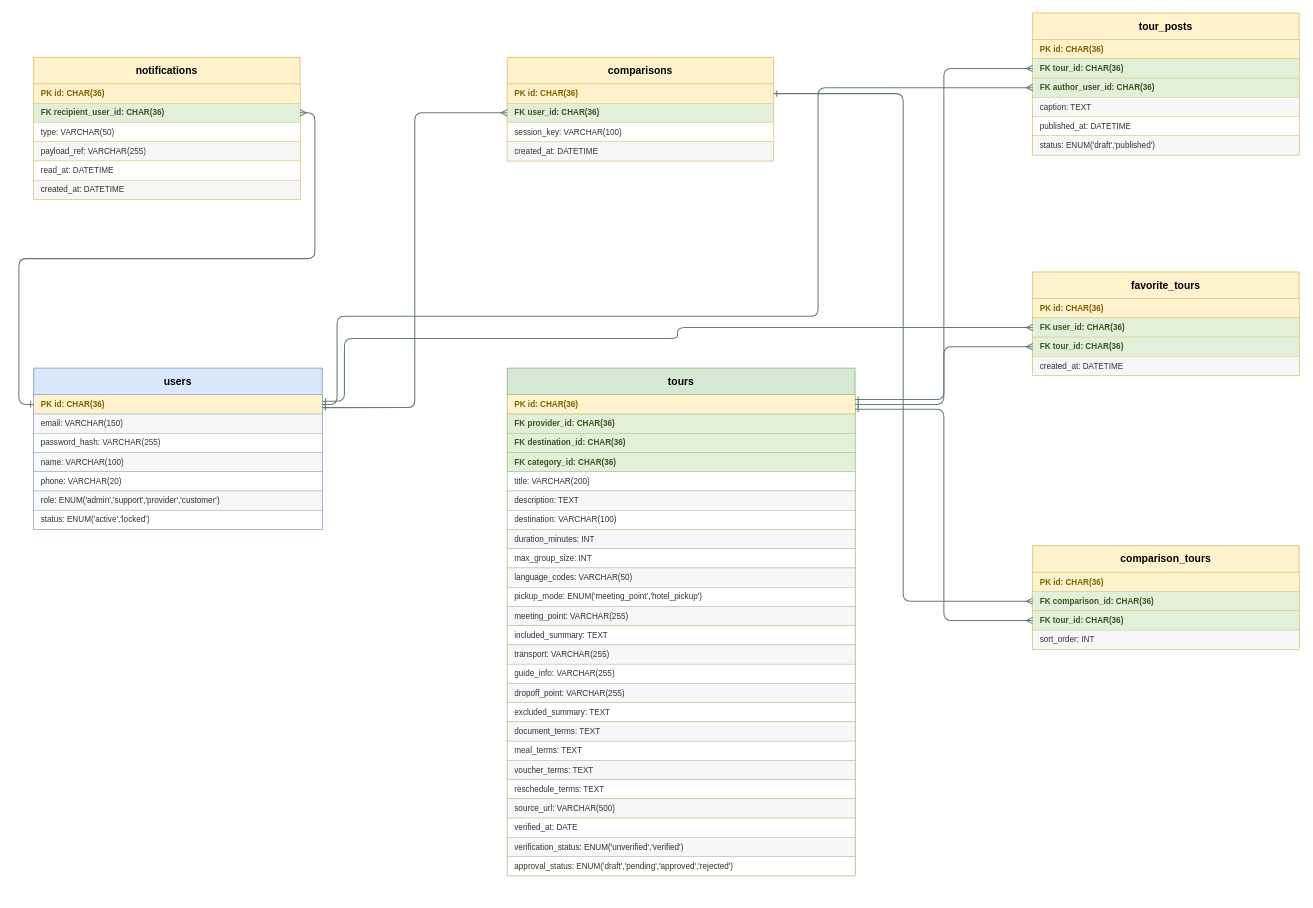
Earlier version of the draw.io diagram page "04 Engagement & Comparison" (4 of 6) of docs/diagram/localtour-erd.drawio (kannar04/LocalTour_Project). Source tidied: cells renumbered, new cells numbered last; positions are measured from the earlier drawing's top-left corner, leaving out a move shared by most shapes. Both pictures are drawn from the tidied source at 74%, with x=0, y=0 at pixel (33, 13).
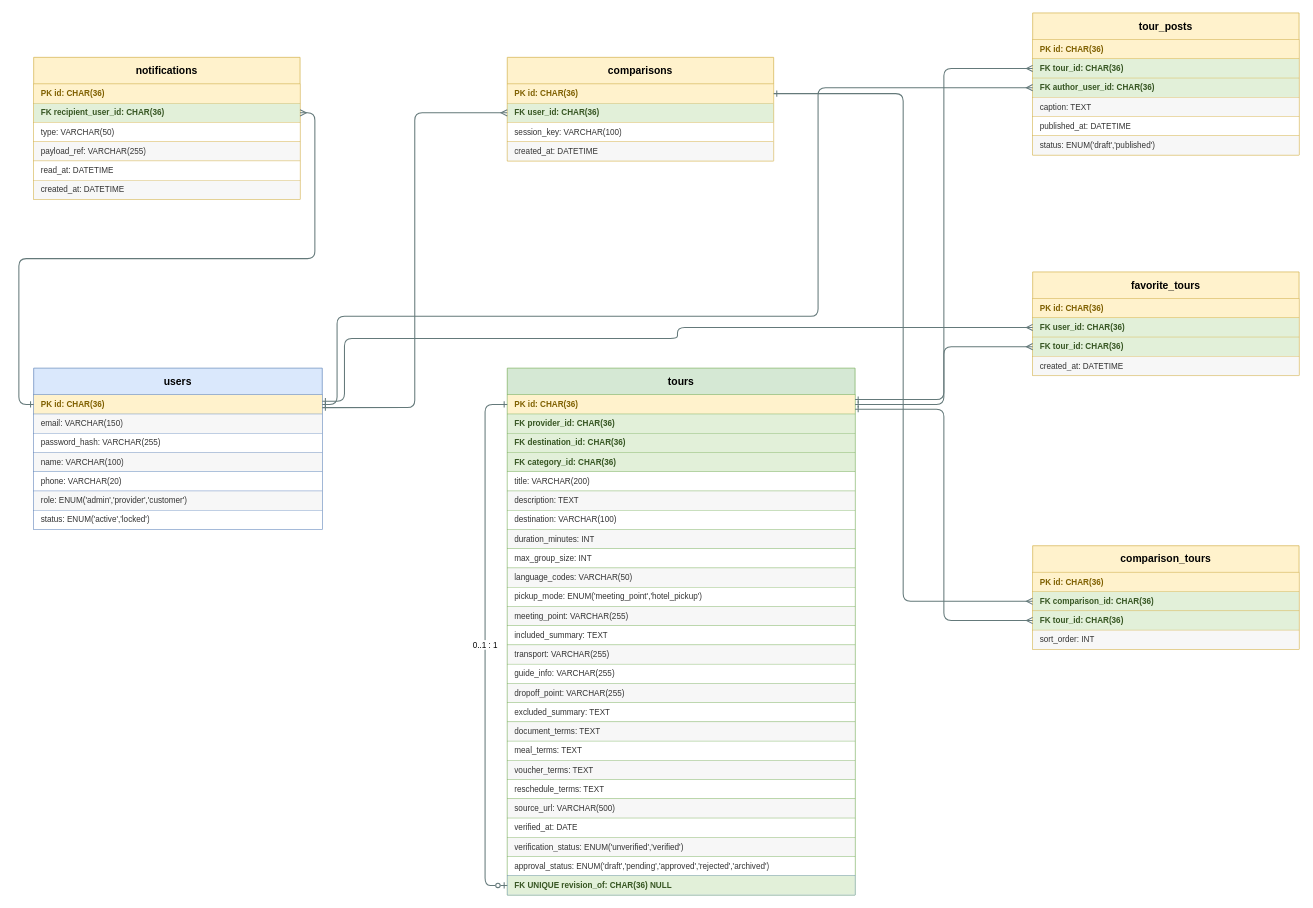
The same page after the edit.

The change refers to these unchanged cells:
```xml
<mxCell id="31" value="users" style="swimlane;startSize=36;horizontal=1;rounded=0;html=1;whiteSpace=wrap;fontStyle=1;fontSize=14;align=center;verticalAlign=middle;fillColor=#dae8fc;strokeColor=#6c8ebf;swimlaneFillColor=#ffffff;" parent="1" vertex="1">
  <mxGeometry y="480" width="390" height="218" as="geometry" />
</mxCell>
<mxCell id="40" value="PK id: CHAR(36)" style="text;html=1;align=left;verticalAlign=middle;spacingLeft=8;whiteSpace=wrap;overflow=hidden;fillColor=#fff2cc;strokeColor=#82b366;strokeWidth=0.5;fontSize=11;fontStyle=1;fontColor=#7f6000;" parent="39" vertex="1">
  <mxGeometry y="36" width="470" height="26" as="geometry" />
</mxCell>
```

Change to the diagram source:
```diff
@@
-    <mxCell id="37" value="role: ENUM('admin','support','provider','customer')" style="text;html=1;align=left;verticalAlign=middle;spacingLeft=8;whiteSpace=wrap;overflow=hidden;fillColor=#f7f7f7;strokeColor=#6c8ebf;strokeWidth=0.5;fontSize=11;fontStyle=0;fontColor=#333333;" parent="31" vertex="1">
+    <mxCell id="37" value="role: ENUM('admin','provider','customer')" style="text;html=1;align=left;verticalAlign=middle;spacingLeft=8;whiteSpace=wrap;overflow=hidden;fillColor=#f7f7f7;strokeColor=#6c8ebf;strokeWidth=0.5;fontSize=11;fontStyle=0;fontColor=#333333;" parent="31" vertex="1">
       <mxGeometry y="166" width="390" height="26" as="geometry" />
     </mxCell>
@@
     <mxCell id="39" value="tours" style="swimlane;startSize=36;horizontal=1;rounded=0;html=1;whiteSpace=wrap;fontStyle=1;fontSize=14;align=center;verticalAlign=middle;fillColor=#d5e8d4;strokeColor=#82b366;swimlaneFillColor=#ffffff;" parent="1" vertex="1">
-      <mxGeometry x="640" y="480" width="470" height="686" as="geometry" />
+      <mxGeometry x="640" y="480" width="470" height="712" as="geometry" />
     </mxCell>
@@
-    <mxCell id="64" value="approval_status: ENUM('draft','pending','approved','rejected')" style="text;html=1;align=left;verticalAlign=middle;spacingLeft=8;whiteSpace=wrap;overflow=hidden;fillColor=#ffffff;strokeColor=#82b366;strokeWidth=0.5;fontSize=11;fontStyle=0;fontColor=#333333;" parent="39" vertex="1">
+    <mxCell id="64" value="approval_status: ENUM('draft','pending','approved','rejected','archived')" style="text;html=1;align=left;verticalAlign=middle;spacingLeft=8;whiteSpace=wrap;overflow=hidden;fillColor=#ffffff;strokeColor=#82b366;strokeWidth=0.5;fontSize=11;fontStyle=0;fontColor=#333333;" parent="39" vertex="1">
       <mxGeometry y="660" width="470" height="26" as="geometry" />
     </mxCell>
@@
+    <mxCell id="73" value="FK UNIQUE revision_of: CHAR(36) NULL" style="text;html=1;align=left;verticalAlign=middle;spacingLeft=8;whiteSpace=wrap;overflow=hidden;fillColor=#ffffff;strokeColor=#6c8ebf;strokeWidth=0.5;fontSize=11;fontColor=#333333;fillColor=#e2f0d9;fontStyle=1;fontColor=#375623;" parent="39" vertex="1">
+      <mxGeometry y="686" width="470" height="26" as="geometry" />
+    </mxCell>
+    <mxCell id="74" value="0..1 : 1" style="edgeStyle=orthogonalEdgeStyle;rounded=1;jettySize=auto;html=1;strokeWidth=1.4;strokeColor=#64797A;startArrow=ERzeroToOne;startFill=0;endArrow=ERone;endFill=0;exitX=0;exitY=0.5;entryX=0;entryY=0.5;" parent="1" edge="1" source="73" target="40">
+      <mxGeometry relative="1" as="geometry">
+        <Array as="points">
+          <mxPoint x="610" y="1179" />
+          <mxPoint x="610" y="529" />
+        </Array>
+      </mxGeometry>
+    </mxCell>
```
